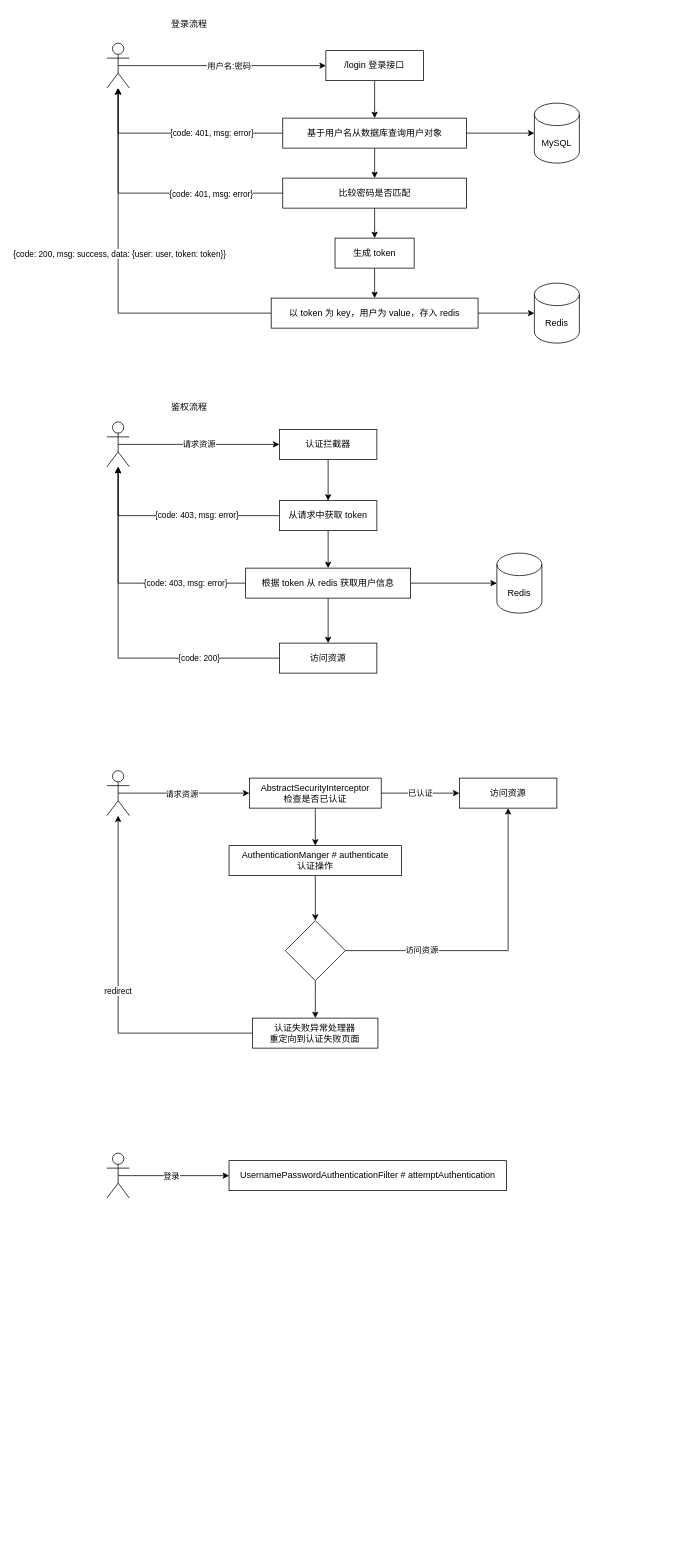
This is spring/spring-security.drawio from thebesteric/draw.io, a draw.io file, before an edit. Source tidied: cells renumbered, new cells numbered last; positions are measured from the earlier drawing's top-left corner, leaving out a move shared by most shapes. Both pictures are drawn from the tidied source at 75%, with x=0, y=0 at pixel (106, 13).
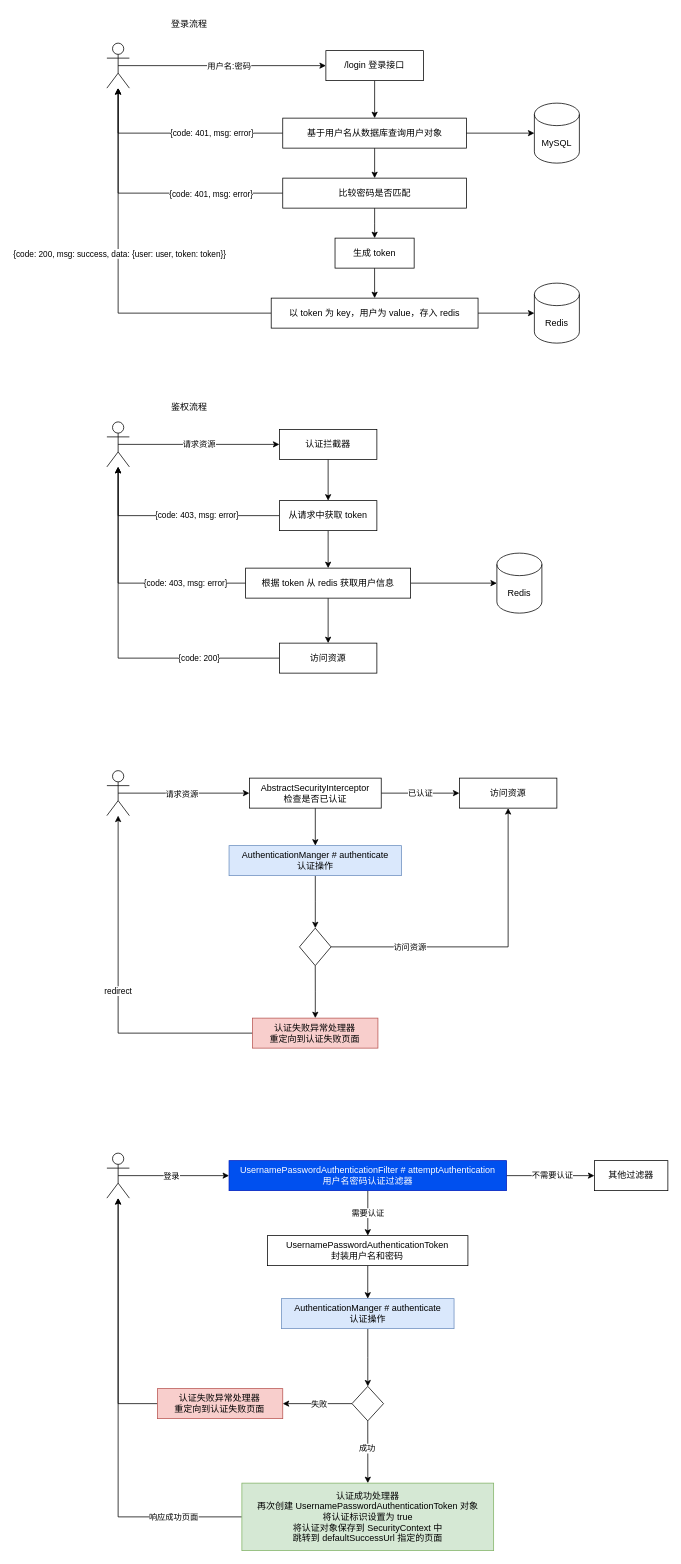
The same diagram, later.

Unchanged cells that the change refers to:
```xml
<mxCell id="59" style="shape=umlActor;verticalLabelPosition=bottom;verticalAlign=top;html=1;outlineConnect=0;" parent="1" vertex="1">
  <mxGeometry y="1520" width="30" height="60" as="geometry" />
</mxCell>
```

Diff of the diagram source:
```diff
@@
-    <mxCell id="50" value="AuthenticationManger #&amp;nbsp;authenticate&lt;br&gt;认证操作" style="rounded=0;whiteSpace=wrap;html=1;" parent="1" vertex="1">
+    <mxCell id="50" value="AuthenticationManger #&amp;nbsp;authenticate&lt;br&gt;认证操作" style="rounded=0;whiteSpace=wrap;html=1;fillColor=#dae8fc;strokeColor=#6c8ebf;" parent="1" vertex="1">
       <mxGeometry x="162.9" y="1110" width="230" height="40" as="geometry" />
     </mxCell>
@@
     <mxCell id="54" style="rhombus;whiteSpace=wrap;html=1;rounded=0;" parent="1" vertex="1">
-      <mxGeometry x="237.9" y="1210" width="80" height="80" as="geometry" />
+      <mxGeometry x="256.8" y="1220" width="42.1" height="50" as="geometry" />
     </mxCell>
@@
-    <mxCell id="56" value="认证失败异常处理器&lt;br&gt;重定向到认证失败页面" style="rounded=0;whiteSpace=wrap;html=1;" parent="1" vertex="1">
+    <mxCell id="56" value="认证失败异常处理器&lt;br&gt;重定向到认证失败页面" style="rounded=0;whiteSpace=wrap;html=1;fillColor=#f8cecc;strokeColor=#b85450;" parent="1" vertex="1">
       <mxGeometry x="194.3" y="1340" width="167.1" height="40" as="geometry" />
     </mxCell>
@@
+    <mxCell id="61" style="edgeStyle=orthogonalEdgeStyle;rounded=0;jettySize=auto;html=1;exitX=1;exitY=0.5;exitDx=0;exitDy=0;entryX=0;entryY=0.5;entryDx=0;entryDy=0;" parent="1" edge="1" source="60" target="64">
+      <mxGeometry relative="1" as="geometry" />
+    </mxCell>
+    <mxCell id="62" value="不需要认证" style="edgeLabel;html=1;align=center;verticalAlign=middle;" parent="61" vertex="1">
+      <mxGeometry x="0.04" y="2" relative="1" as="geometry">
+        <mxPoint y="1" as="offset" />
+      </mxGeometry>
+    </mxCell>
+    <mxCell id="63" value="需要认证" style="edgeStyle=orthogonalEdgeStyle;rounded=0;jettySize=auto;html=1;exitX=0.5;exitY=1;exitDx=0;exitDy=0;" parent="1" edge="1" source="60" target="66">
+      <mxGeometry relative="1" as="geometry" />
+    </mxCell>
-    <mxCell id="60" value="UsernamePasswordAuthenticationFilter #&amp;nbsp;attemptAuthentication" style="rounded=0;whiteSpace=wrap;html=1;" parent="1" vertex="1">
+    <mxCell id="60" value="UsernamePasswordAuthenticationFilter #&amp;nbsp;attemptAuthentication&lt;br&gt;用户名密码认证过滤器" style="rounded=0;whiteSpace=wrap;html=1;fillColor=#0050ef;fontColor=#ffffff;strokeColor=#001DBC;" parent="1" vertex="1">
       <mxGeometry x="162.9" y="1530" width="370" height="40" as="geometry" />
     </mxCell>
+    <mxCell id="64" value="其他过滤器" style="rounded=0;whiteSpace=wrap;html=1;" parent="1" vertex="1">
+      <mxGeometry x="650" y="1530" width="98" height="40" as="geometry" />
+    </mxCell>
+    <mxCell id="65" style="edgeStyle=orthogonalEdgeStyle;rounded=0;jettySize=auto;html=1;exitX=0.5;exitY=1;exitDx=0;exitDy=0;" parent="1" edge="1" source="66" target="68">
+      <mxGeometry relative="1" as="geometry" />
+    </mxCell>
+    <mxCell id="66" value="UsernamePasswordAuthenticationToken&lt;br&gt;封装用户名和密码" style="rounded=0;whiteSpace=wrap;html=1;" parent="1" vertex="1">
+      <mxGeometry x="214.3" y="1630" width="267.1" height="40" as="geometry" />
+    </mxCell>
+    <mxCell id="67" style="edgeStyle=orthogonalEdgeStyle;rounded=0;jettySize=auto;html=1;" parent="1" edge="1" source="68" target="73">
+      <mxGeometry relative="1" as="geometry" />
+    </mxCell>
+    <mxCell id="68" value="AuthenticationManger #&amp;nbsp;authenticate&lt;br&gt;认证操作" style="rounded=0;whiteSpace=wrap;html=1;fillColor=#dae8fc;strokeColor=#6c8ebf;" parent="1" vertex="1">
+      <mxGeometry x="232.9" y="1714" width="230" height="40" as="geometry" />
+    </mxCell>
+    <mxCell id="69" style="edgeStyle=orthogonalEdgeStyle;rounded=0;jettySize=auto;html=1;exitX=0;exitY=0.5;exitDx=0;exitDy=0;entryX=1;entryY=0.5;entryDx=0;entryDy=0;" parent="1" edge="1" source="73" target="75">
+      <mxGeometry relative="1" as="geometry" />
+    </mxCell>
+    <mxCell id="70" value="失败" style="edgeLabel;html=1;align=center;verticalAlign=middle;" parent="69" vertex="1">
+      <mxGeometry x="-0.05" y="2" relative="1" as="geometry">
+        <mxPoint y="-2" as="offset" />
+      </mxGeometry>
+    </mxCell>
+    <mxCell id="71" style="edgeStyle=orthogonalEdgeStyle;rounded=0;jettySize=auto;html=1;exitX=0.5;exitY=1;exitDx=0;exitDy=0;" parent="1" edge="1" source="73" target="77">
+      <mxGeometry relative="1" as="geometry" />
+    </mxCell>
+    <mxCell id="72" value="成功" style="edgeLabel;html=1;align=center;verticalAlign=middle;" parent="71" vertex="1">
+      <mxGeometry x="-0.12" y="2" relative="1" as="geometry">
+        <mxPoint x="-3" as="offset" />
+      </mxGeometry>
+    </mxCell>
+    <mxCell id="73" style="rhombus;whiteSpace=wrap;html=1;rounded=0;" parent="1" vertex="1">
+      <mxGeometry x="326.8" y="1831" width="42.1" height="46" as="geometry" />
+    </mxCell>
+    <mxCell id="74" style="edgeStyle=orthogonalEdgeStyle;rounded=0;jettySize=auto;html=1;" parent="1" edge="1" source="75" target="59">
+      <mxGeometry relative="1" as="geometry" />
+    </mxCell>
+    <mxCell id="75" value="认证失败异常处理器&lt;br&gt;重定向到认证失败页面" style="rounded=0;whiteSpace=wrap;html=1;fillColor=#f8cecc;strokeColor=#b85450;" parent="1" vertex="1">
+      <mxGeometry x="67.4" y="1834" width="167.1" height="40" as="geometry" />
+    </mxCell>
+    <mxCell id="76" value="响应成功页面" style="edgeStyle=orthogonalEdgeStyle;rounded=0;jettySize=auto;html=1;exitX=0;exitY=0.5;exitDx=0;exitDy=0;" parent="1" edge="1" source="77" target="59">
+      <mxGeometry x="-0.69" relative="1" as="geometry" />
+    </mxCell>
+    <mxCell id="77" value="认证成功处理器&lt;br&gt;再次创建 UsernamePasswordAuthenticationToken 对象&lt;br&gt;将认证标识设置为 true&lt;br&gt;将认证对象保存到 SecurityContext 中&lt;br&gt;跳转到 defaultSuccessUrl 指定的页面" style="rounded=0;whiteSpace=wrap;html=1;fillColor=#d5e8d4;strokeColor=#82b366;" parent="1" vertex="1">
+      <mxGeometry x="180" y="1960" width="335.7" height="90" as="geometry" />
+    </mxCell>
```
